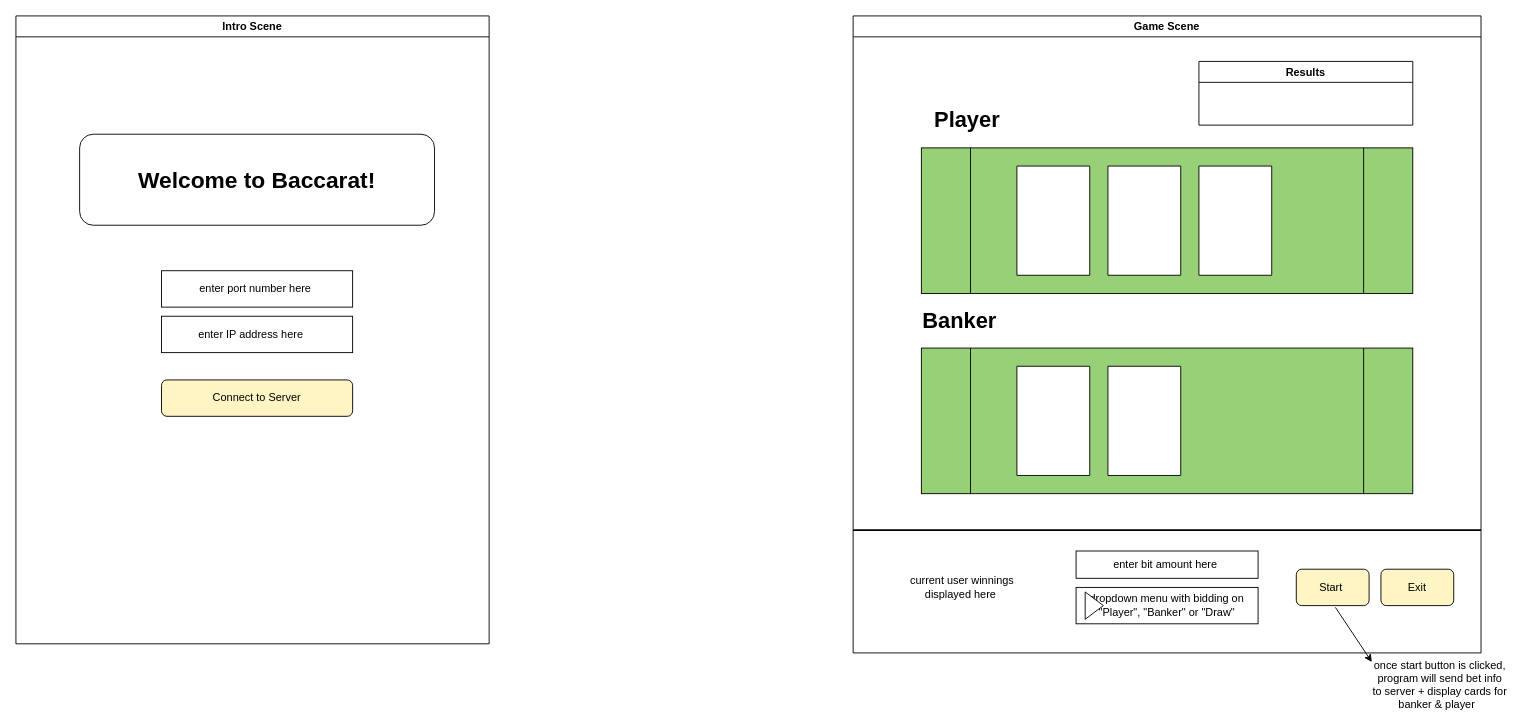
Earlier version of the draw.io diagram page "Client Wireframe" (3 of 3) of networked_baccarat.drawio (meganmehta/baccarat_game). Source tidied: cells renumbered, new cells numbered last; positions are measured from the earlier drawing's top-left corner, leaving out a move shared by most shapes. Both pictures are drawn from the tidied source at 91%, with x=0, y=0 at pixel (15, 15).
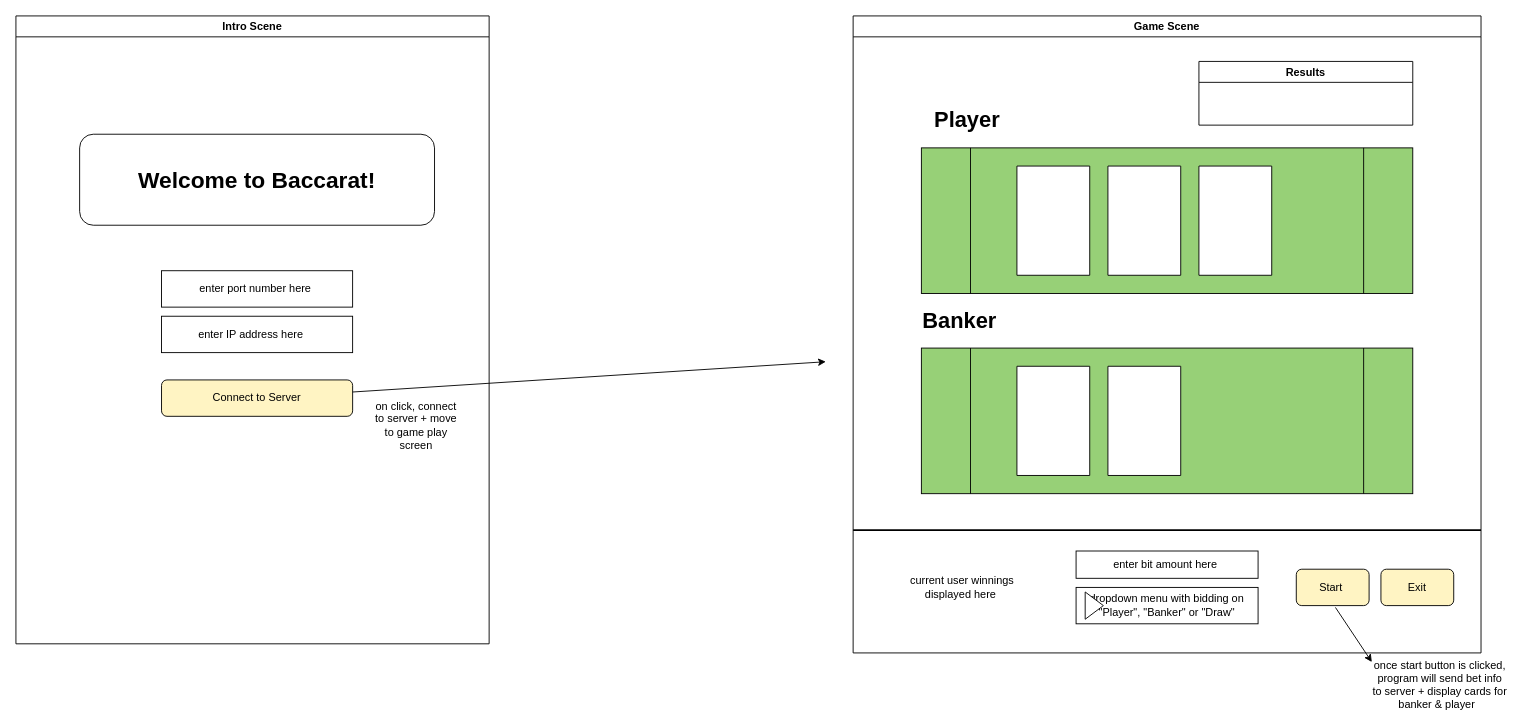
After the change.

The change refers to these unchanged cells:
```xml
<mxCell id="2" value="Intro Scene" style="swimlane;" parent="1" vertex="1">
  <mxGeometry width="520" height="690" as="geometry" />
</mxCell>
<mxCell id="8" style="rounded=1;whiteSpace=wrap;html=1;fillColor=#FFF4C3;" parent="2" vertex="1">
  <mxGeometry x="160" y="400" width="210" height="40" as="geometry" />
</mxCell>
```

Change to the diagram source:
```diff
@@
+    <mxCell id="33" value="on click, connect to server + move to game play screen&lt;br&gt;" style="text;html=1;strokeColor=none;fillColor=none;align=center;verticalAlign=middle;whiteSpace=wrap;rounded=0;" parent="2" vertex="1">
+      <mxGeometry x="390" y="435" width="100" height="30" as="geometry" />
+    </mxCell>
@@
+    <mxCell id="34" style="endArrow=classic;html=1;rounded=0;" parent="1" edge="1" source="8">
+      <mxGeometry relative="1" as="geometry">
+        <mxPoint x="890" y="380" as="targetPoint" />
+      </mxGeometry>
+    </mxCell>
```
